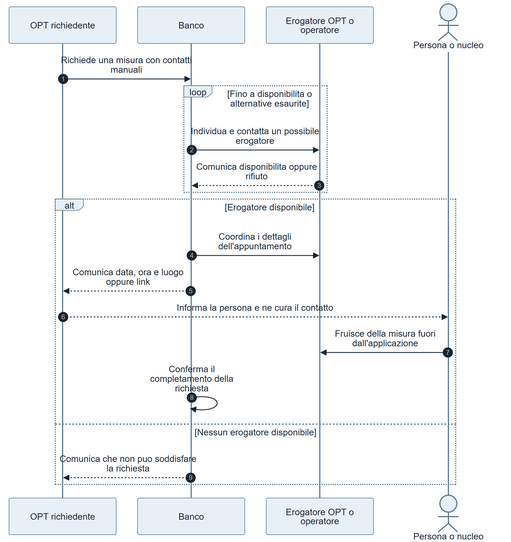
Before: docs/requirements/diagrams/ASIS-01-richieste.png, a diagram exported from Mermaid (Pinguini-alla-Fragola/Progetto-SAD). Its source is kept beside it as docs/requirements/diagrams/ASIS-01-richieste.mmd. Source of this version:
```mermaid
sequenceDiagram
    autonumber
    participant R as OPT richiedente
    participant B as Banco
    participant E as Erogatore OPT o operatore
    actor A as Persona o nucleo

    R->>B: Richiede una misura con contatti manuali
        loop Fino a disponibilita o alternative esaurite
            B->>E: Individua e contatta un possibile erogatore
            E-->>B: Comunica disponibilita oppure rifiuto
        end
        alt Erogatore disponibile
            B->>E: Coordina i dettagli dell'appuntamento
            B-->>R: Comunica data, ora e luogo oppure link
            R-->>A: Informa la persona e ne cura il contatto
            A->>E: Fruisce della misura fuori dall'applicazione
            B->>B: Conferma il completamento della richiesta
        else Nessun erogatore disponibile
            B-->>R: Comunica che non puo soddisfare la richiesta
        end
```
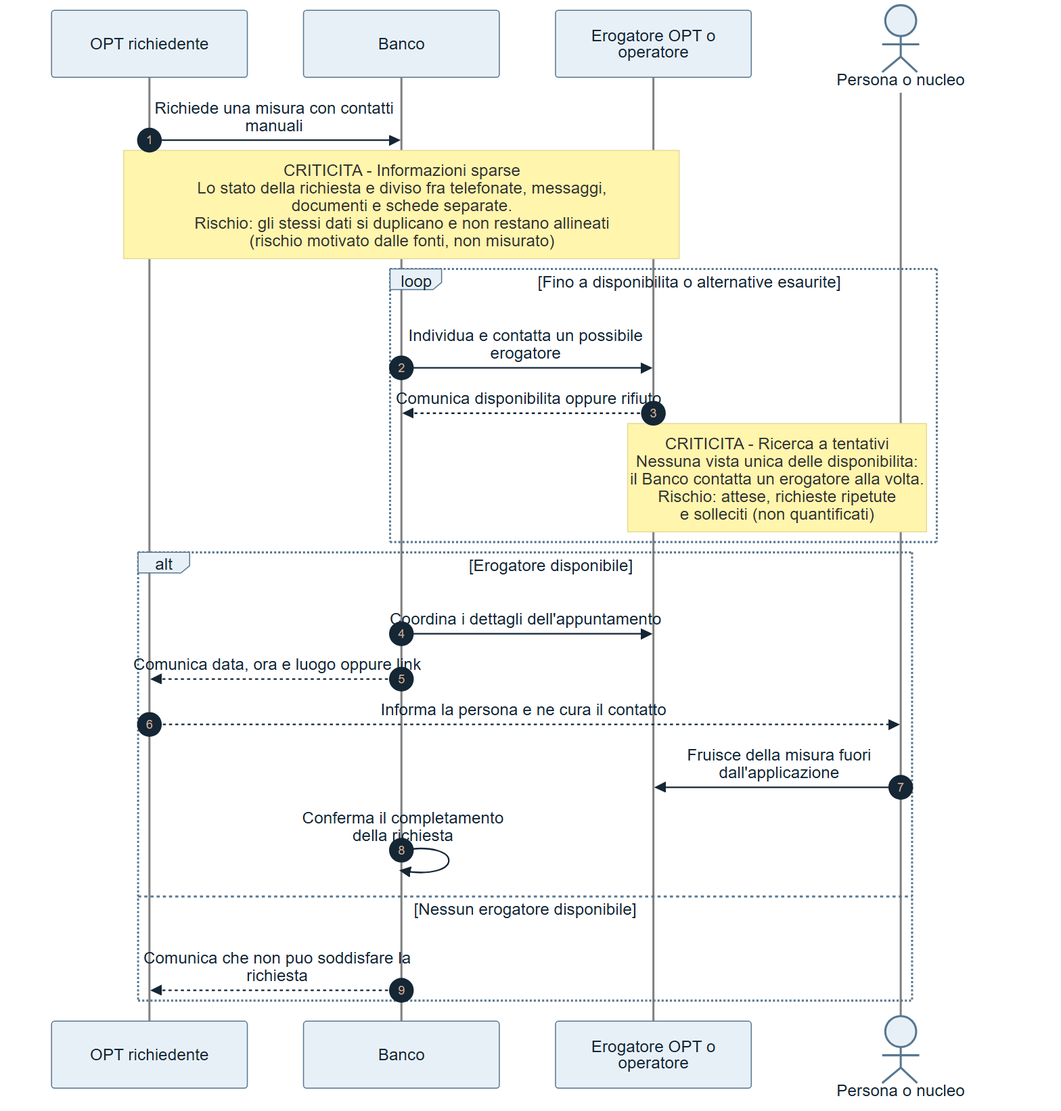
Later version of the same file.

Commit message:
docs: evidenzia duplicazioni, attese e solleciti nell'as-is delle richieste

Aggiunge a ASIS-01-richieste due note che rendono visibili le criticita
del processo attuale: informazioni sparse fra telefonate, messaggi e
documenti (rischio di duplicazioni) e ricerca dell'erogatore a tentativi
(attese, richieste ripetute e solleciti). I rischi sono indicati come
motivati dalle fonti e non misurati.

Rigenerati PNG e SVG. Il Word e il PDF verranno allineati in seguito.

Riferimento: S1-02 (#3)

Change to the diagram source:
```diff
@@ -6,9 +6,11 @@
     actor A as Persona o nucleo
 
     R->>B: Richiede una misura con contatti manuali
+    Note over R,E: CRITICITA - Informazioni sparse<br/>Lo stato della richiesta e diviso fra telefonate, messaggi,<br/>documenti e schede separate.<br/>Rischio: gli stessi dati si duplicano e non restano allineati<br/>(rischio motivato dalle fonti, non misurato)
         loop Fino a disponibilita o alternative esaurite
             B->>E: Individua e contatta un possibile erogatore
             E-->>B: Comunica disponibilita oppure rifiuto
+            Note over E,A: CRITICITA - Ricerca a tentativi<br/>Nessuna vista unica delle disponibilita:<br/>il Banco contatta un erogatore alla volta.<br/>Rischio: attese, richieste ripetute<br/>e solleciti (non quantificati)
         end
         alt Erogatore disponibile
             B->>E: Coordina i dettagli dell'appuntamento
```
